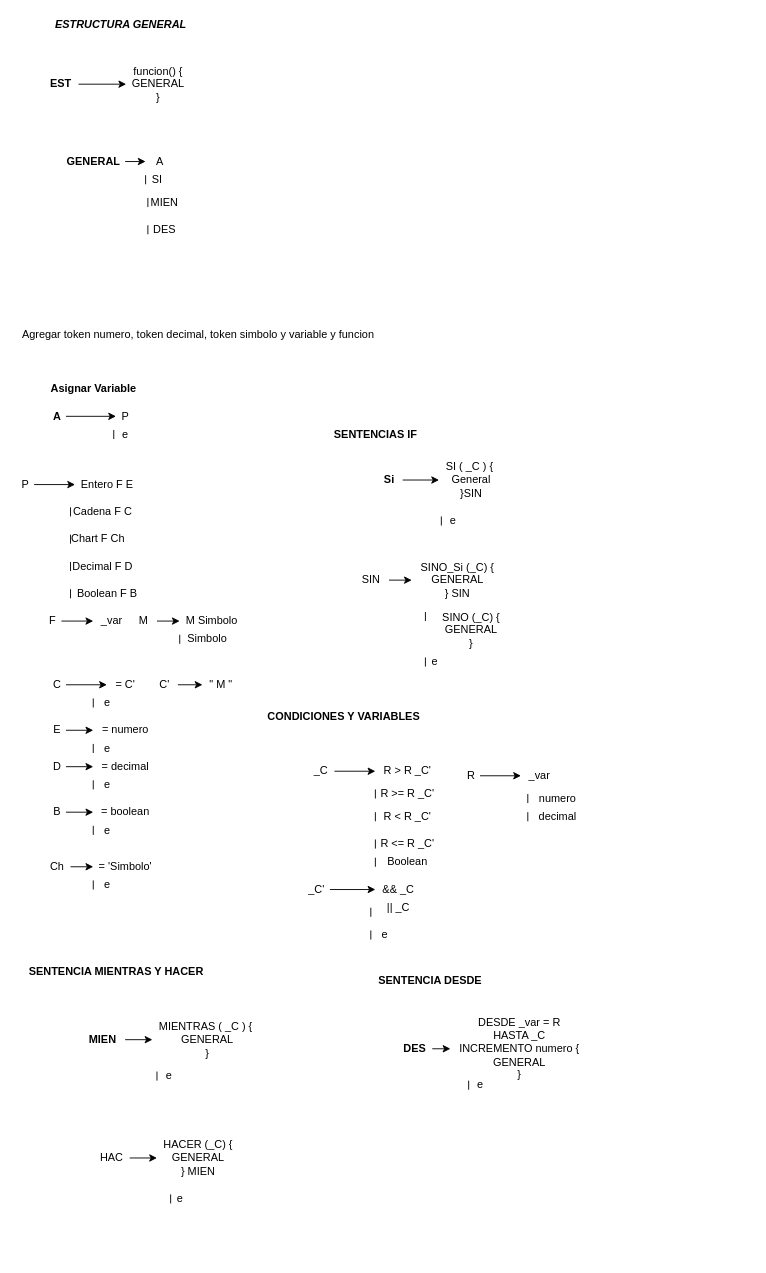
Earlier version of the draw.io diagram Analizador_Sintactico.drawio (Camran1234/Proyecto2_Lenguajes_Analizador_Sintactico). Source tidied: cells renumbered, new cells numbered last; positions are measured from the earlier drawing's top-left corner, leaving out a move shared by most shapes. Both pictures are drawn from the tidied source at 91%, with x=0, y=0 at pixel (15, 15).
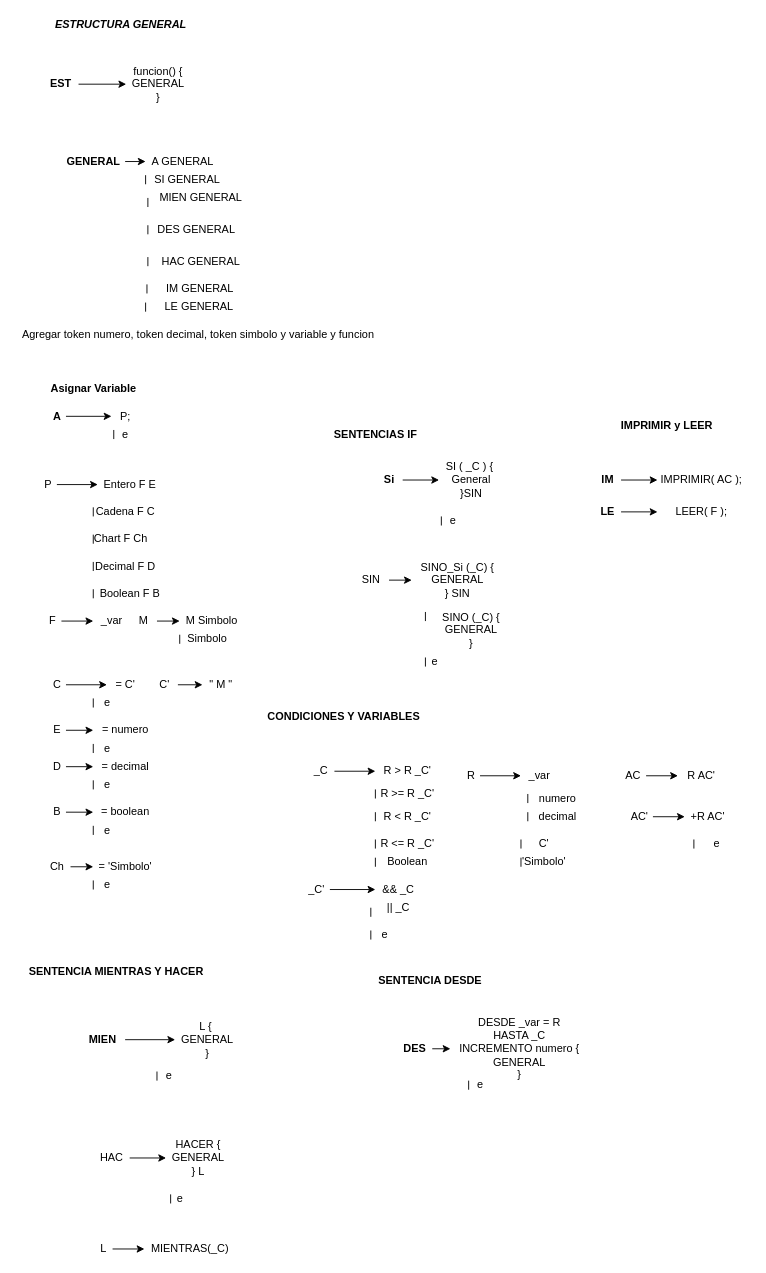
The same page after the edit.

Commit message:
Se cambio la gramatica

The edit, as a diff of the source:
```diff
@@
-    <mxCell id="4" value="P" style="text;html=1;align=center;verticalAlign=middle;points=[];" parent="1" vertex="1">
-      <mxGeometry x="110" y="430" width="20" height="20" as="geometry" />
+    <mxCell id="4" value="P;" style="text;html=1;align=center;verticalAlign=middle;points=[];" parent="1" vertex="1">
+      <mxGeometry x="105" y="430" width="30" height="20" as="geometry" />
     </mxCell>
     <mxCell id="5" value="P" style="text;html=1;align=center;verticalAlign=middle;points=[];" parent="1" vertex="1">
-      <mxGeometry y="505" width="20" height="20" as="geometry" />
+      <mxGeometry x="25" y="505" width="20" height="20" as="geometry" />
     </mxCell>
@@
     <mxCell id="7" value="Entero F E" style="text;html=1;align=center;verticalAlign=middle;points=[];" parent="1" vertex="1">
-      <mxGeometry x="65" y="505" width="70" height="20" as="geometry" />
+      <mxGeometry x="90" y="505" width="70" height="20" as="geometry" />
     </mxCell>
@@
     <mxCell id="17" value="Cadena F C" style="text;html=1;align=center;verticalAlign=middle;" parent="1" vertex="1">
-      <mxGeometry x="55" y="535" width="80" height="20" as="geometry" />
+      <mxGeometry x="80" y="535" width="80" height="20" as="geometry" />
     </mxCell>
     <mxCell id="18" style="endArrow=none;html=1;" parent="1" edge="1">
       <mxGeometry relative="1" as="geometry">
-        <mxPoint x="60" y="550" as="sourcePoint" />
-        <mxPoint x="60" y="540" as="targetPoint" />
+        <mxPoint x="85" y="550" as="sourcePoint" />
+        <mxPoint x="85" y="540" as="targetPoint" />
       </mxGeometry>
     </mxCell>
     <mxCell id="19" value="Chart F Ch" style="text;html=1;align=center;verticalAlign=middle;" parent="1" vertex="1">
-      <mxGeometry x="55" y="565" width="70" height="20" as="geometry" />
+      <mxGeometry x="80" y="565" width="70" height="20" as="geometry" />
     </mxCell>
     <mxCell id="20" style="endArrow=none;html=1;" parent="1" edge="1">
       <mxGeometry relative="1" as="geometry">
-        <mxPoint x="60" y="580" as="sourcePoint" />
-        <mxPoint x="60" y="570" as="targetPoint" />
+        <mxPoint x="85" y="580" as="sourcePoint" />
+        <mxPoint x="85" y="570" as="targetPoint" />
       </mxGeometry>
     </mxCell>
     <mxCell id="21" value="Decimal F D" style="text;html=1;align=center;verticalAlign=middle;" parent="1" vertex="1">
-      <mxGeometry x="55" y="595" width="80" height="20" as="geometry" />
+      <mxGeometry x="80" y="595" width="80" height="20" as="geometry" />
     </mxCell>
     <mxCell id="22" style="endArrow=none;html=1;" parent="1" edge="1">
       <mxGeometry relative="1" as="geometry">
-        <mxPoint x="60" y="610" as="sourcePoint" />
-        <mxPoint x="60" y="600" as="targetPoint" />
+        <mxPoint x="85" y="610" as="sourcePoint" />
+        <mxPoint x="85" y="600" as="targetPoint" />
       </mxGeometry>
     </mxCell>
     <mxCell id="23" value="Boolean F B" style="text;html=1;align=center;verticalAlign=middle;" parent="1" vertex="1">
-      <mxGeometry x="60" y="625" width="80" height="20" as="geometry" />
+      <mxGeometry x="85" y="625" width="80" height="20" as="geometry" />
     </mxCell>
     <mxCell id="24" style="endArrow=none;html=1;" parent="1" edge="1">
       <mxGeometry relative="1" as="geometry">
-        <mxPoint x="60" y="640" as="sourcePoint" />
-        <mxPoint x="60" y="630" as="targetPoint" />
+        <mxPoint x="85" y="640" as="sourcePoint" />
+        <mxPoint x="85" y="630" as="targetPoint" />
       </mxGeometry>
     </mxCell>
@@
-    <mxCell id="92" value="MIENTRAS ( _C ) {&amp;nbsp;&lt;br&gt;GENERAL&lt;br&gt;}" style="text;html=1;align=center;verticalAlign=middle;points=[];" parent="1" vertex="1">
-      <mxGeometry x="150" y="1100" width="120" height="50" as="geometry" />
+    <mxCell id="92" value="L {&amp;nbsp;&lt;br&gt;GENERAL&lt;br&gt;}" style="text;html=1;align=center;verticalAlign=middle;points=[];" parent="1" vertex="1">
+      <mxGeometry x="175" y="1100" width="70" height="50" as="geometry" />
     </mxCell>
@@
-    <mxCell id="95" value="HACER (_C) {&lt;br&gt;GENERAL&lt;br&gt;} MIEN" style="text;html=1;align=center;verticalAlign=middle;points=[];" parent="1" vertex="1">
-      <mxGeometry x="155" y="1230" width="90" height="50" as="geometry" />
+    <mxCell id="95" value="HACER {&lt;br&gt;GENERAL&lt;br&gt;} L" style="text;html=1;align=center;verticalAlign=middle;points=[];" parent="1" vertex="1">
+      <mxGeometry x="165" y="1230" width="70" height="50" as="geometry" />
     </mxCell>
@@
-    <mxCell id="117" value="SI" style="text;html=1;align=center;verticalAlign=middle;" parent="1" vertex="1">
-      <mxGeometry x="140" y="170" width="30" height="20" as="geometry" />
+    <mxCell id="117" value="SI GENERAL" style="text;html=1;align=center;verticalAlign=middle;" parent="1" vertex="1">
+      <mxGeometry x="142.5" y="170" width="90" height="20" as="geometry" />
     </mxCell>
@@
-    <mxCell id="119" value="MIEN" style="text;html=1;align=center;verticalAlign=middle;" parent="1" vertex="1">
-      <mxGeometry x="137.5" y="195" width="50" height="20" as="geometry" />
+    <mxCell id="119" value="MIEN GENERAL" style="text;html=1;align=center;verticalAlign=middle;" parent="1" vertex="1">
+      <mxGeometry x="148" y="190" width="110" height="20" as="geometry" />
     </mxCell>
@@
-    <mxCell id="121" value="DES" style="text;html=1;align=center;verticalAlign=middle;" parent="1" vertex="1">
-      <mxGeometry x="142.5" y="225" width="40" height="20" as="geometry" />
+    <mxCell id="121" value="DES GENERAL" style="text;html=1;align=center;verticalAlign=middle;" parent="1" vertex="1">
+      <mxGeometry x="148" y="225" width="100" height="20" as="geometry" />
     </mxCell>
@@
-    <mxCell id="123" value="A" style="text;html=1;align=center;verticalAlign=middle;" parent="1" vertex="1">
-      <mxGeometry x="147.5" y="150" width="20" height="20" as="geometry" />
+    <mxCell id="123" value="A GENERAL" style="text;html=1;align=center;verticalAlign=middle;" parent="1" vertex="1">
+      <mxGeometry x="142.5" y="150" width="80" height="20" as="geometry" />
     </mxCell>
@@
+    <mxCell id="125" value="HAC GENERAL" style="text;html=1;align=center;verticalAlign=middle;" parent="1" vertex="1">
+      <mxGeometry x="153" y="260" width="100" height="20" as="geometry" />
+    </mxCell>
+    <mxCell id="126" style="endArrow=none;html=1;" parent="1" edge="1">
+      <mxGeometry relative="1" as="geometry">
+        <mxPoint x="145" y="275" as="sourcePoint" />
+        <mxPoint x="145" y="265" as="targetPoint" />
+      </mxGeometry>
+    </mxCell>
+    <mxCell id="127" value="L" style="text;html=1;align=center;verticalAlign=middle;points=[];" parent="1" vertex="1">
+      <mxGeometry x="86.2" y="1345" width="20" height="20" as="geometry" />
+    </mxCell>
+    <mxCell id="128" style="endArrow=classic;html=1;" parent="1" edge="1" source="127" target="129">
+      <mxGeometry relative="1" as="geometry" />
+    </mxCell>
+    <mxCell id="129" value="MIENTRAS(_C)" style="text;html=1;align=center;verticalAlign=middle;points=[];" parent="1" vertex="1">
+      <mxGeometry x="141.2" y="1345" width="100" height="20" as="geometry" />
+    </mxCell>
+    <mxCell id="130" value="&lt;b&gt;IMPRIMIR y LEER&lt;/b&gt;" style="text;html=1;align=center;verticalAlign=middle;" parent="1" vertex="1">
+      <mxGeometry x="655" y="440" width="120" height="20" as="geometry" />
+    </mxCell>
+    <mxCell id="131" value="&lt;b&gt;IM&lt;/b&gt;" style="text;html=1;align=center;verticalAlign=middle;points=[];" parent="1" vertex="1">
+      <mxGeometry x="635" y="500" width="30" height="20" as="geometry" />
+    </mxCell>
+    <mxCell id="132" style="endArrow=classic;html=1;" parent="1" edge="1" source="131">
+      <mxGeometry relative="1" as="geometry">
+        <mxPoint x="705" y="510" as="targetPoint" />
+      </mxGeometry>
+    </mxCell>
+    <mxCell id="133" value="IMPRIMIR( AC );" style="text;html=1;align=center;verticalAlign=middle;" parent="1" vertex="1">
+      <mxGeometry x="697.5" y="500" width="110" height="20" as="geometry" />
+    </mxCell>
+    <mxCell id="134" value="C'" style="text;html=1;align=center;verticalAlign=middle;" parent="1" vertex="1">
+      <mxGeometry x="565" y="900" width="30" height="20" as="geometry" />
+    </mxCell>
+    <mxCell id="135" style="endArrow=none;html=1;" parent="1" edge="1">
+      <mxGeometry relative="1" as="geometry">
+        <mxPoint x="555" y="915" as="sourcePoint" />
+        <mxPoint x="555" y="905" as="targetPoint" />
+      </mxGeometry>
+    </mxCell>
+    <mxCell id="136" value="'Simbolo'" style="text;html=1;align=center;verticalAlign=middle;" parent="1" vertex="1">
+      <mxGeometry x="550" y="920" width="60" height="20" as="geometry" />
+    </mxCell>
+    <mxCell id="137" style="endArrow=none;html=1;" parent="1" edge="1">
+      <mxGeometry relative="1" as="geometry">
+        <mxPoint x="555" y="935" as="sourcePoint" />
+        <mxPoint x="555" y="925" as="targetPoint" />
+      </mxGeometry>
+    </mxCell>
+    <mxCell id="138" value="AC" style="text;html=1;align=center;verticalAlign=middle;points=[];" parent="1" vertex="1">
+      <mxGeometry x="662.5" y="825" width="30" height="20" as="geometry" />
+    </mxCell>
+    <mxCell id="139" style="endArrow=classic;html=1;" parent="1" edge="1" source="138" target="140">
+      <mxGeometry relative="1" as="geometry" />
+    </mxCell>
+    <mxCell id="140" value="R AC'" style="text;html=1;align=center;verticalAlign=middle;points=[];" parent="1" vertex="1">
+      <mxGeometry x="727.5" y="825" width="50" height="20" as="geometry" />
+    </mxCell>
+    <mxCell id="141" value="AC'" style="text;html=1;align=center;verticalAlign=middle;points=[];" parent="1" vertex="1">
+      <mxGeometry x="670" y="870" width="30" height="20" as="geometry" />
+    </mxCell>
+    <mxCell id="142" style="endArrow=classic;html=1;" parent="1" edge="1" source="141" target="143">
+      <mxGeometry relative="1" as="geometry" />
+    </mxCell>
+    <mxCell id="143" value="+R AC'" style="text;html=1;align=center;verticalAlign=middle;points=[];" parent="1" vertex="1">
+      <mxGeometry x="735" y="870" width="50" height="20" as="geometry" />
+    </mxCell>
+    <mxCell id="144" value="e" style="text;html=1;align=center;verticalAlign=middle;" parent="1" vertex="1">
+      <mxGeometry x="760" y="900" width="20" height="20" as="geometry" />
+    </mxCell>
+    <mxCell id="145" style="endArrow=none;html=1;" parent="1" edge="1">
+      <mxGeometry relative="1" as="geometry">
+        <mxPoint x="745" y="915" as="sourcePoint" />
+        <mxPoint x="745" y="905" as="targetPoint" />
+      </mxGeometry>
+    </mxCell>
+    <mxCell id="146" value="&lt;b&gt;LE&lt;/b&gt;" style="text;html=1;align=center;verticalAlign=middle;points=[];" parent="1" vertex="1">
+      <mxGeometry x="635" y="535" width="30" height="20" as="geometry" />
+    </mxCell>
+    <mxCell id="147" style="endArrow=classic;html=1;" parent="1" edge="1" source="146">
+      <mxGeometry relative="1" as="geometry">
+        <mxPoint x="705" y="545" as="targetPoint" />
+      </mxGeometry>
+    </mxCell>
+    <mxCell id="148" value="LEER( F );" style="text;html=1;align=center;verticalAlign=middle;" parent="1" vertex="1">
+      <mxGeometry x="717.5" y="535" width="70" height="20" as="geometry" />
+    </mxCell>
+    <mxCell id="149" value="IM GENERAL" style="text;html=1;align=center;verticalAlign=middle;" parent="1" vertex="1">
+      <mxGeometry x="157" y="290" width="90" height="20" as="geometry" />
+    </mxCell>
+    <mxCell id="150" style="endArrow=none;html=1;" parent="1" edge="1">
+      <mxGeometry relative="1" as="geometry">
+        <mxPoint x="144" y="305" as="sourcePoint" />
+        <mxPoint x="144" y="295" as="targetPoint" />
+      </mxGeometry>
+    </mxCell>
+    <mxCell id="151" value="LE GENERAL" style="text;html=1;align=center;verticalAlign=middle;" parent="1" vertex="1">
+      <mxGeometry x="155.5" y="310" width="90" height="20" as="geometry" />
+    </mxCell>
+    <mxCell id="152" style="endArrow=none;html=1;" parent="1" edge="1">
+      <mxGeometry relative="1" as="geometry">
+        <mxPoint x="142.5" y="325" as="sourcePoint" />
+        <mxPoint x="142.5" y="315" as="targetPoint" />
+      </mxGeometry>
+    </mxCell>
```
